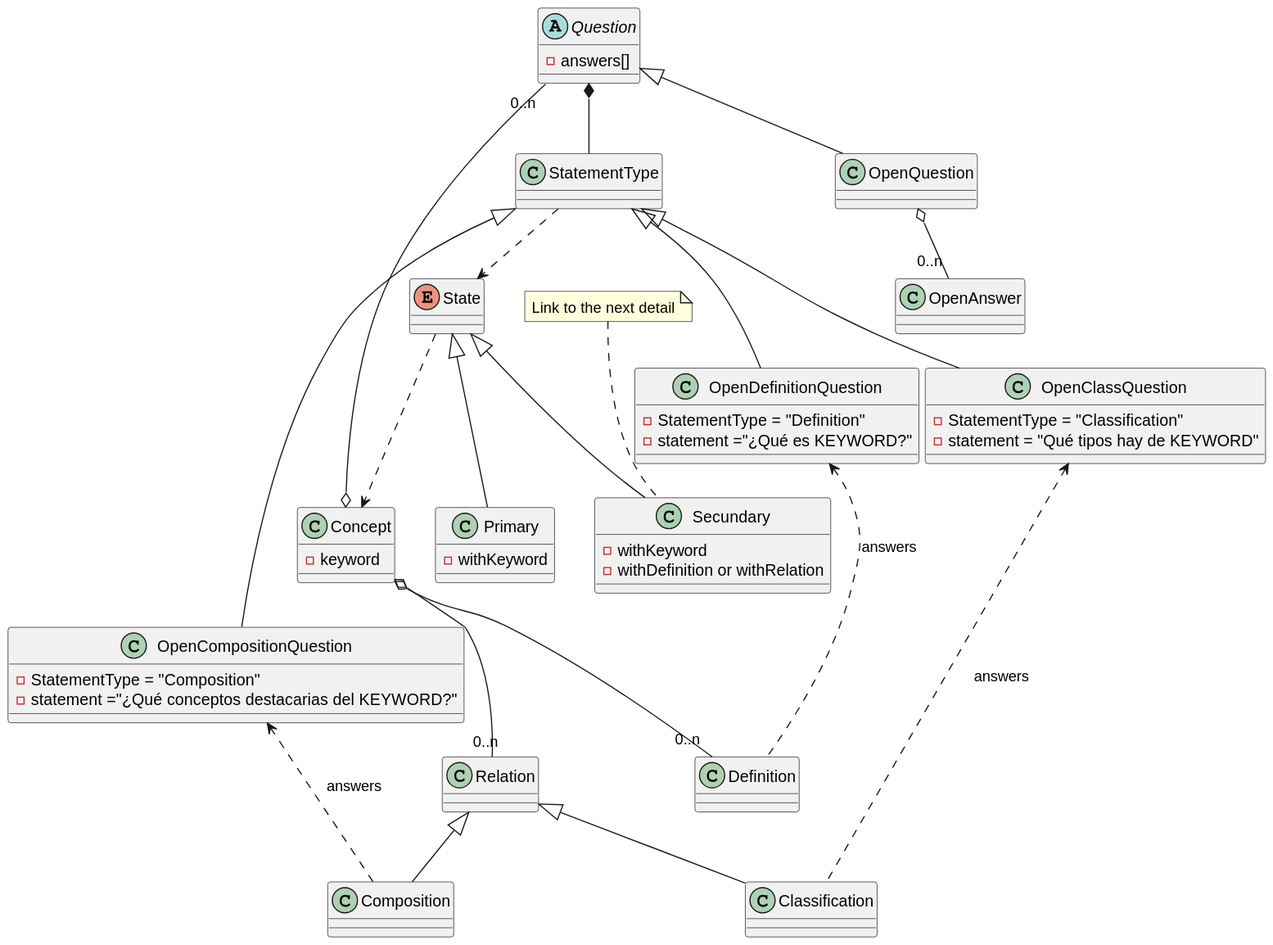
Above: out/doc/dominio_detail_concept/ConceptDomainDetail.svg in Joselon/ProyectoOpoTest (PlantUML), before the change.
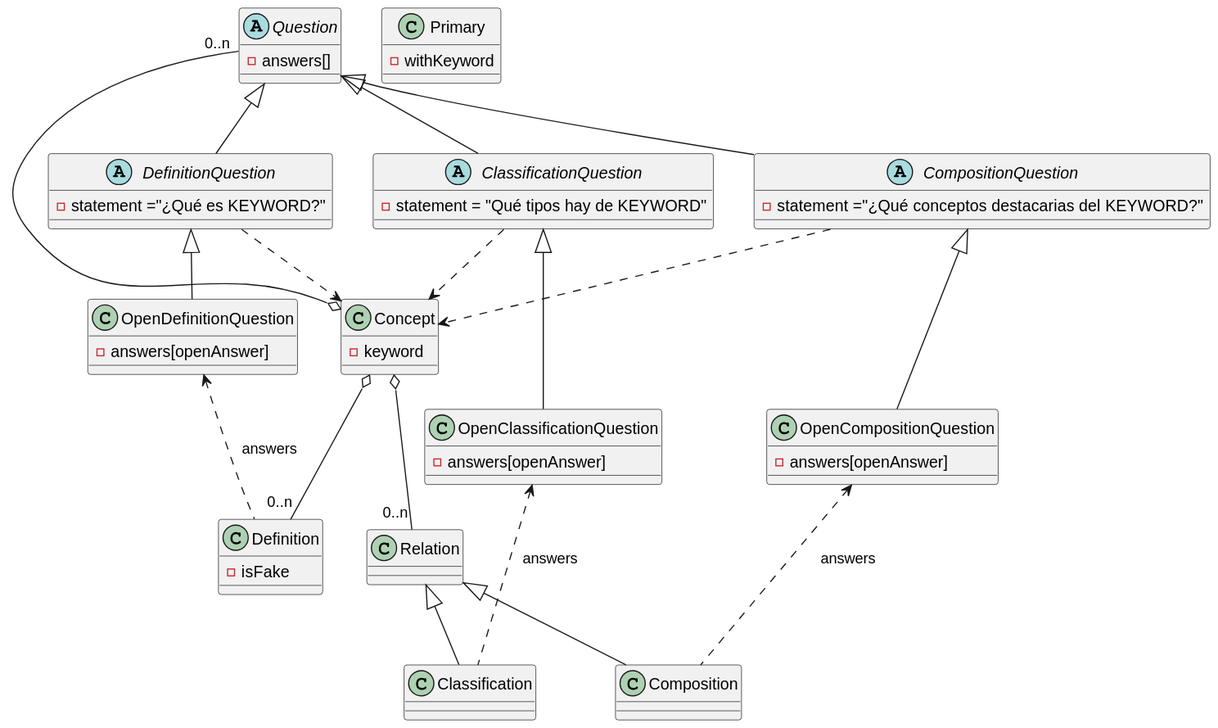
The same diagram one commit later.

What changed in the source:
```diff
@@ -4,8 +4,9 @@
     - keyword
 }
 
-
-
+class Definition {
+  - isFake
+}
 
 class Relation
 
@@ -13,51 +14,50 @@
 
 class Composition
 
-enum State
-
 class Primary {
     - withKeyword
 }
 
-class Secundary {
-    - withKeyword
-    - withDefinition or withRelation
-}
-note "Link to the next detail" as link
-link .- Secundary
 
-class OpenDefinitionQuestion {
-    - StatementType = "Definition"
+abstract class DefinitionQuestion {
     - statement ="¿Qué es KEYWORD?"
 
 }
 
-class OpenClassQuestion {
-    - StatementType = "Classification"
+abstract class ClassificationQuestion {
     - statement = "Qué tipos hay de KEYWORD"
 
 }
 
-class OpenCompositionQuestion {
-    - StatementType = "Composition"
+abstract class CompositionQuestion {
     - statement ="¿Qué conceptos destacarias del KEYWORD?"
 
+}
+
+class OpenDefinitionQuestion {
+    -answers[openAnswer]
+}
+class OpenClassificationQuestion{
+    -answers[openAnswer]
+}
+class OpenCompositionQuestion{
+    -answers[openAnswer]
 }
 
 abstract class Question {
     - answers[]
 }
 
-class OpenQuestion {
 
-}
+DefinitionQuestion <|-- OpenDefinitionQuestion
+ClassificationQuestion <|-- OpenClassificationQuestion
+CompositionQuestion <|-- OpenCompositionQuestion
+Question "0..n" -o Concept
 
-Question <|-- OpenQuestion
-Question "0..n" -o Concept
-OpenQuestion o--"0..n" OpenAnswer
-Question *-- StatementType
-State ..> Concept
-StatementType ..> State
+DefinitionQuestion ..> Concept
+ClassificationQuestion ..> Concept
+CompositionQuestion ..> Concept
+
 
 Concept o--"0..n" Definition
 
@@ -65,17 +65,15 @@
 Relation <|-- Classification
 Relation <|-- Composition
 
-State <|-- Primary
-State <|-- Secundary
+
+Question <|-- DefinitionQuestion
+OpenDefinitionQuestion <.. Definition: answers
+
+Question <|-- ClassificationQuestion
+OpenClassificationQuestion <.. Classification :answers
+
+Question <|-- CompositionQuestion
+OpenCompositionQuestion <.. Composition :answers
 
 
-StatementType <|-- OpenDefinitionQuestion
-OpenDefinitionQuestion <.. Definition: answers
-
-StatementType <|-- OpenClassQuestion
-OpenClassQuestion <.. Classification :answers
-
-StatementType <|-- OpenCompositionQuestion
-OpenCompositionQuestion <.. Composition :answers
-
 @enduml
```
